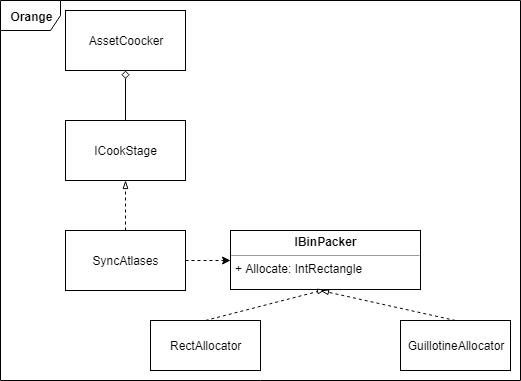
The draw.io diagram images/BinPacker.png in KeltarHelviett/BachelorThesis, before a commit. Source tidied: cells renumbered, new cells last; positions are measured from the earlier drawing's top-left corner, leaving out a move shared by most shapes.
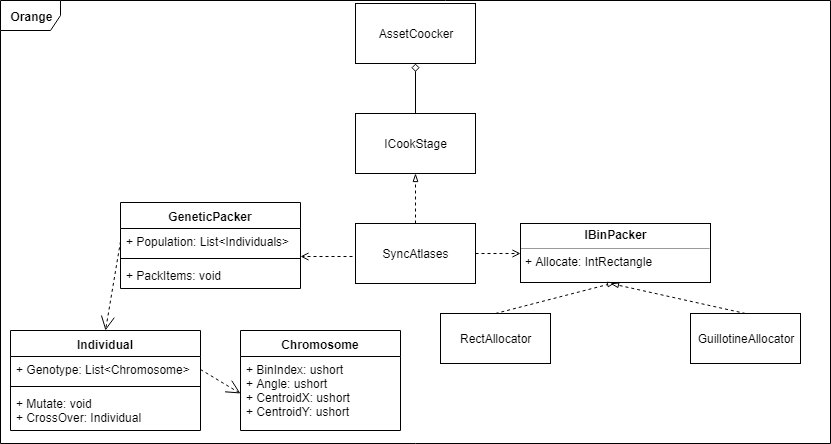
Later version of the same file.

Change to the diagram source:
```diff
@@ -11,6 +11,13 @@
     <mxCell id="4" value="ICookStage" style="rounded=0;whiteSpace=wrap;html=1;" parent="1" vertex="1">
       <mxGeometry x="65" y="120" width="120" height="60" as="geometry" />
     </mxCell>
+    <mxCell id="14" style="edgeStyle=orthogonalEdgeStyle;rounded=0;jettySize=auto;html=1;entryX=1.002;entryY=0.25;entryDx=0;entryDy=0;endArrow=open;endFill=0;exitX=0;exitY=0.5;exitDx=0;exitDy=0;dashed=1;entryPerimeter=0;" parent="1" edge="1" source="5" target="17">
+      <mxGeometry relative="1" as="geometry">
+        <Array as="points">
+          <mxPoint x="65" y="263" />
+        </Array>
+      </mxGeometry>
+    </mxCell>
     <mxCell id="5" value="SyncAtlases" style="rounded=0;whiteSpace=wrap;html=1;" parent="1" vertex="1">
       <mxGeometry x="65" y="230" width="120" height="60" as="geometry" />
     </mxCell>
@@ -20,7 +27,7 @@
     <mxCell id="7" value="&lt;p style=&quot;margin: 0px ; margin-top: 4px ; text-align: center&quot;&gt;&lt;b&gt;IBinPacker&lt;/b&gt;&lt;/p&gt;&lt;hr size=&quot;1&quot;&gt;&lt;p style=&quot;margin: 0px ; margin-left: 4px&quot;&gt;+ Allocate: IntRectangle&lt;br&gt;&lt;/p&gt;" style="verticalAlign=top;align=left;overflow=fill;fontSize=12;fontFamily=Helvetica;html=1;" parent="1" vertex="1">
       <mxGeometry x="230" y="230" width="190" height="59" as="geometry" />
     </mxCell>
-    <mxCell id="8" style="endArrow=classic;html=1;dashed=1;entryX=0;entryY=0.5;entryDx=0;entryDy=0;exitX=1;exitY=0.5;exitDx=0;exitDy=0;" parent="1" edge="1" source="5" target="7">
+    <mxCell id="8" style="endArrow=open;html=1;dashed=1;entryX=0;entryY=0.5;entryDx=0;entryDy=0;exitX=1;exitY=0.5;exitDx=0;exitDy=0;endFill=0;" parent="1" edge="1" source="5" target="7">
       <mxGeometry relative="1" as="geometry" />
     </mxCell>
     <mxCell id="9" value="RectAllocator" style="html=1;" parent="1" vertex="1">
@@ -38,7 +45,43 @@
       </mxGeometry>
     </mxCell>
     <mxCell id="13" value="&lt;b&gt;Orange&lt;/b&gt;" style="shape=umlFrame;whiteSpace=wrap;html=1;" parent="1" vertex="1">
-      <mxGeometry width="520" height="380" as="geometry" />
+      <mxGeometry x="-290" y="7" width="830" height="443" as="geometry" />
     </mxCell>
+    <mxCell id="15" value="GeneticPacker" style="swimlane;fontStyle=1;align=center;verticalAlign=top;horizontal=1;startSize=26;" parent="1" vertex="1">
+      <mxGeometry x="-170" y="209" width="180" height="86" as="geometry" />
+    </mxCell>
+    <mxCell id="16" value="+ Population: List&lt;Individuals&gt;" style="text;strokeColor=none;fillColor=none;align=left;verticalAlign=top;spacingLeft=4;spacingRight=4;overflow=hidden;points=[[0,0.5],[1,0.5]];portConstraint=eastwest;" parent="15" vertex="1">
+      <mxGeometry y="26" width="180" height="26" as="geometry" />
+    </mxCell>
+    <mxCell id="17" style="line;strokeWidth=1;fillColor=none;align=left;verticalAlign=middle;spacingTop=-1;spacingLeft=3;spacingRight=3;labelPosition=right;points=[];portConstraint=eastwest;" parent="15" vertex="1">
+      <mxGeometry y="52" width="180" height="8" as="geometry" />
+    </mxCell>
+    <mxCell id="18" value="+ PackItems: void" style="text;strokeColor=none;fillColor=none;align=left;verticalAlign=top;spacingLeft=4;spacingRight=4;overflow=hidden;" parent="15" vertex="1">
+      <mxGeometry y="60" width="180" height="26" as="geometry" />
+    </mxCell>
+    <mxCell id="19" value="Individual" style="swimlane;fontStyle=1;align=center;verticalAlign=top;horizontal=1;startSize=26;" parent="1" vertex="1">
+      <mxGeometry x="-280" y="337" width="190" height="100" as="geometry" />
+    </mxCell>
+    <mxCell id="20" value="+ Genotype: List&lt;Chromosome&gt;" style="text;strokeColor=none;fillColor=none;align=left;verticalAlign=top;spacingLeft=4;spacingRight=4;overflow=hidden;points=[[0,0.5],[1,0.5]];portConstraint=eastwest;" parent="19" vertex="1">
+      <mxGeometry y="26" width="190" height="26" as="geometry" />
+    </mxCell>
+    <mxCell id="21" style="line;strokeWidth=1;fillColor=none;align=left;verticalAlign=middle;spacingTop=-1;spacingLeft=3;spacingRight=3;labelPosition=right;" parent="19" vertex="1">
+      <mxGeometry y="52" width="190" height="8" as="geometry" />
+    </mxCell>
+    <mxCell id="22" value="+ Mutate: void&#10;+ CrossOver: Individual&#10;" style="text;strokeColor=none;fillColor=none;align=left;verticalAlign=top;spacingLeft=4;spacingRight=4;overflow=hidden;" parent="19" vertex="1">
+      <mxGeometry y="60" width="190" height="40" as="geometry" />
+    </mxCell>
+    <mxCell id="23" value="Chromosome" style="swimlane;fontStyle=1;align=center;verticalAlign=top;horizontal=1;startSize=26;" parent="1" vertex="1">
+      <mxGeometry x="-50" y="337" width="160" height="100" as="geometry" />
+    </mxCell>
+    <mxCell id="24" value="+ BinIndex: ushort&#10;+ Angle: ushort&#10;+ CentroidX: ushort&#10;+ CentroidY: ushort&#10;" style="text;strokeColor=none;fillColor=none;align=left;verticalAlign=top;spacingLeft=4;spacingRight=4;overflow=hidden;points=[[0,0.5],[1,0.5]];portConstraint=eastwest;" parent="23" vertex="1">
+      <mxGeometry y="26" width="160" height="74" as="geometry" />
+    </mxCell>
+    <mxCell id="25" style="endArrow=open;endFill=1;endSize=12;html=1;dashed=1;exitX=0;exitY=0.5;exitDx=0;exitDy=0;entryX=0.5;entryY=0;entryDx=0;entryDy=0;" parent="1" edge="1" source="16" target="19">
+      <mxGeometry relative="1" as="geometry" />
+    </mxCell>
+    <mxCell id="26" style="endArrow=open;endFill=1;endSize=12;html=1;dashed=1;exitX=1;exitY=0.5;exitDx=0;exitDy=0;entryX=0;entryY=0.5;entryDx=0;entryDy=0;" parent="1" edge="1" source="20" target="24">
+      <mxGeometry relative="1" as="geometry" />
+    </mxCell>
   </root>
 </mxGraphModel>
```
